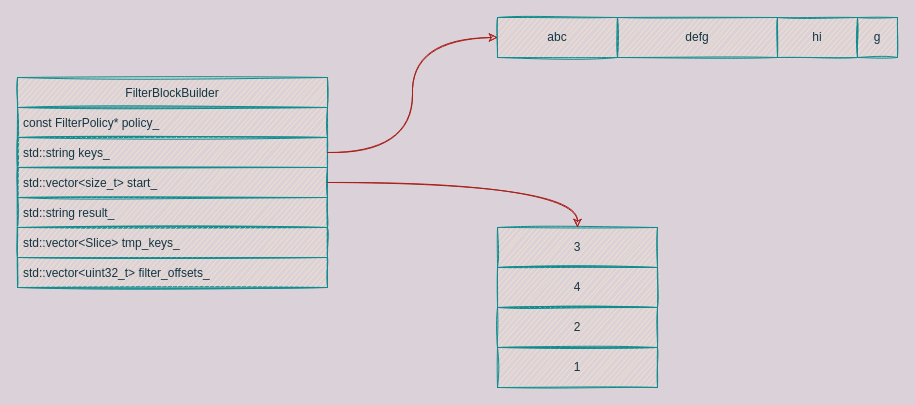
This is 20211102_1.drawio from RiverFerry/picBed, a draw.io file, before an edit. Source tidied: cells renumbered, new cells numbered last; positions are measured from the earlier drawing's top-left corner, leaving out a move shared by most shapes. Both pictures are drawn from the tidied source at 100%, with x=0, y=0 at pixel (17, 17).
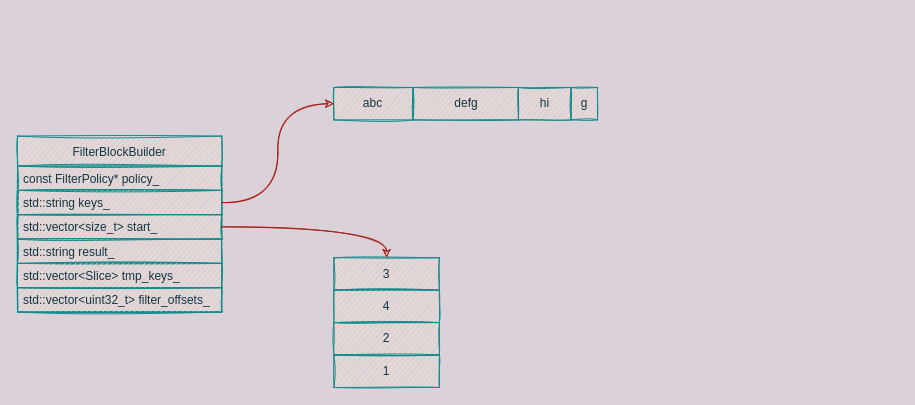
The same page after the edit.

The edit, as a diff of the source:
```diff
@@
 <mxGraphModel background="#DAD2D8">
   <root>
     <mxCell id="0" />
     <mxCell id="1" parent="0" />
+    <mxCell id="19" style="group;" parent="1" vertex="1">
+      <mxGeometry y="70" width="580" height="300" as="geometry" />
+    </mxCell>
-    <mxCell id="2" value="FilterBlockBuilder" style="swimlane;fontStyle=0;horizontal=1;startSize=30;sketch=1;fillColor=#FAE5C7;strokeColor=#0F8B8D;fontColor=#143642;" parent="1" vertex="1">
-      <mxGeometry y="60" width="310" height="210" as="geometry" />
+    <mxCell id="2" value="FilterBlockBuilder" style="swimlane;fontStyle=0;horizontal=1;startSize=30;sketch=1;fillColor=#FAE5C7;strokeColor=#0F8B8D;fontColor=#143642;" parent="19" vertex="1">
+      <mxGeometry y="48.6" width="204.3" height="175.9" as="geometry" />
     </mxCell>
     <mxCell id="3" value="const FilterPolicy* policy_" style="text;strokeColor=#0F8B8D;fillColor=#FAE5C7;align=left;verticalAlign=middle;spacingLeft=4;spacingRight=4;overflow=hidden;fontColor=#143642;sketch=1;" parent="2" vertex="1">
-      <mxGeometry y="30" width="310" height="30" as="geometry" />
+      <mxGeometry y="30" width="204.3" height="24.3" as="geometry" />
     </mxCell>
     <mxCell id="4" value="std::string keys_" style="text;strokeColor=#0F8B8D;fillColor=#FAE5C7;align=left;verticalAlign=middle;spacingLeft=4;spacingRight=4;overflow=hidden;points=[[0,0.5],[1,0.5]];portConstraint=eastwest;fontColor=#143642;sketch=1;" parent="2" vertex="1">
-      <mxGeometry y="60" width="310" height="30" as="geometry" />
+      <mxGeometry y="54.3" width="204.3" height="24.3" as="geometry" />
     </mxCell>
     <mxCell id="5" value="std::vector&lt;size_t&gt; start_" style="text;strokeColor=#0F8B8D;fillColor=#FAE5C7;align=left;verticalAlign=middle;spacingLeft=4;spacingRight=4;overflow=hidden;points=[[0,0.5],[1,0.5]];portConstraint=eastwest;sketch=1;fontColor=#143642;" parent="2" vertex="1">
-      <mxGeometry y="90" width="310" height="30" as="geometry" />
+      <mxGeometry y="78.6" width="204.3" height="24.3" as="geometry" />
     </mxCell>
     <mxCell id="6" value="std::string result_" style="text;strokeColor=#0F8B8D;fillColor=#FAE5C7;align=left;verticalAlign=middle;spacingLeft=4;spacingRight=4;overflow=hidden;sketch=1;fontColor=#143642;" parent="2" vertex="1">
-      <mxGeometry y="120" width="310" height="30" as="geometry" />
+      <mxGeometry y="103" width="204.3" height="24.3" as="geometry" />
     </mxCell>
     <mxCell id="7" value="std::vector&lt;Slice&gt; tmp_keys_" style="text;strokeColor=#0F8B8D;fillColor=#FAE5C7;align=left;verticalAlign=middle;spacingLeft=4;spacingRight=4;overflow=hidden;sketch=1;fontColor=#143642;" parent="2" vertex="1">
-      <mxGeometry y="150" width="310" height="30" as="geometry" />
+      <mxGeometry y="127.3" width="204.3" height="24.3" as="geometry" />
     </mxCell>
     <mxCell id="8" value="std::vector&lt;uint32_t&gt; filter_offsets_" style="text;strokeColor=#0F8B8D;fillColor=#FAE5C7;align=left;verticalAlign=middle;spacingLeft=4;spacingRight=4;overflow=hidden;sketch=1;fontColor=#143642;" parent="2" vertex="1">
-      <mxGeometry y="180" width="310" height="30" as="geometry" />
+      <mxGeometry y="151.6" width="204.3" height="24.3" as="geometry" />
     </mxCell>
-    <mxCell id="9" value="abc" style="rounded=0;whiteSpace=wrap;html=1;strokeColor=#0F8B8D;fillColor=#FAE5C7;fontColor=#143642;sketch=1;" parent="1" vertex="1">
-      <mxGeometry x="480" width="120" height="40" as="geometry" />
+    <mxCell id="9" value="abc" style="rounded=0;whiteSpace=wrap;html=1;strokeColor=#0F8B8D;fillColor=#FAE5C7;fontColor=#143642;sketch=1;" parent="19" vertex="1">
+      <mxGeometry x="316.4" width="79.1" height="32.4" as="geometry" />
     </mxCell>
-    <mxCell id="10" value="defg" style="rounded=0;whiteSpace=wrap;html=1;strokeColor=#0F8B8D;fillColor=#FAE5C7;fontColor=#143642;sketch=1;" parent="1" vertex="1">
-      <mxGeometry x="600" width="160" height="40" as="geometry" />
+    <mxCell id="10" value="defg" style="rounded=0;whiteSpace=wrap;html=1;strokeColor=#0F8B8D;fillColor=#FAE5C7;fontColor=#143642;sketch=1;" parent="19" vertex="1">
+      <mxGeometry x="395.5" width="105.5" height="32.4" as="geometry" />
     </mxCell>
-    <mxCell id="11" value="hi" style="rounded=0;whiteSpace=wrap;html=1;strokeColor=#0F8B8D;fillColor=#FAE5C7;fontColor=#143642;sketch=1;" parent="1" vertex="1">
-      <mxGeometry x="760" width="80" height="40" as="geometry" />
+    <mxCell id="11" value="hi" style="rounded=0;whiteSpace=wrap;html=1;strokeColor=#0F8B8D;fillColor=#FAE5C7;fontColor=#143642;sketch=1;" parent="19" vertex="1">
+      <mxGeometry x="500.9" width="52.7" height="32.4" as="geometry" />
     </mxCell>
-    <mxCell id="12" value="g" style="rounded=0;whiteSpace=wrap;html=1;strokeColor=#0F8B8D;fillColor=#FAE5C7;fontColor=#143642;sketch=1;" parent="1" vertex="1">
-      <mxGeometry x="840" width="40" height="40" as="geometry" />
+    <mxCell id="12" value="g" style="rounded=0;whiteSpace=wrap;html=1;strokeColor=#0F8B8D;fillColor=#FAE5C7;fontColor=#143642;sketch=1;" parent="19" vertex="1">
+      <mxGeometry x="553.6" width="26.4" height="32.4" as="geometry" />
     </mxCell>
-    <mxCell id="13" value="3" style="rounded=0;whiteSpace=wrap;html=1;strokeColor=#0F8B8D;fillColor=#FAE5C7;fontColor=#143642;sketch=1;" parent="1" vertex="1">
-      <mxGeometry x="480" y="210" width="160" height="40" as="geometry" />
+    <mxCell id="13" value="3" style="rounded=0;whiteSpace=wrap;html=1;strokeColor=#0F8B8D;fillColor=#FAE5C7;fontColor=#143642;sketch=1;" parent="19" vertex="1">
+      <mxGeometry x="316.4" y="170.3" width="105.5" height="32.4" as="geometry" />
     </mxCell>
-    <mxCell id="14" value="4" style="rounded=0;whiteSpace=wrap;html=1;strokeColor=#0F8B8D;fillColor=#FAE5C7;fontColor=#143642;sketch=1;" parent="1" vertex="1">
-      <mxGeometry x="480" y="250" width="160" height="40" as="geometry" />
+    <mxCell id="14" value="4" style="rounded=0;whiteSpace=wrap;html=1;strokeColor=#0F8B8D;fillColor=#FAE5C7;fontColor=#143642;sketch=1;" parent="19" vertex="1">
+      <mxGeometry x="316.4" y="202.7" width="105.5" height="32.4" as="geometry" />
     </mxCell>
-    <mxCell id="15" value="2" style="rounded=0;whiteSpace=wrap;html=1;strokeColor=#0F8B8D;fillColor=#FAE5C7;fontColor=#143642;sketch=1;" parent="1" vertex="1">
-      <mxGeometry x="480" y="290" width="160" height="40" as="geometry" />
+    <mxCell id="15" value="2" style="rounded=0;whiteSpace=wrap;html=1;strokeColor=#0F8B8D;fillColor=#FAE5C7;fontColor=#143642;sketch=1;" parent="19" vertex="1">
+      <mxGeometry x="316.4" y="235.1" width="105.5" height="32.4" as="geometry" />
     </mxCell>
-    <mxCell id="16" value="1" style="rounded=0;whiteSpace=wrap;html=1;strokeColor=#0F8B8D;fillColor=#FAE5C7;fontColor=#143642;sketch=1;" parent="1" vertex="1">
-      <mxGeometry x="480" y="330" width="160" height="40" as="geometry" />
+    <mxCell id="16" value="1" style="rounded=0;whiteSpace=wrap;html=1;strokeColor=#0F8B8D;fillColor=#FAE5C7;fontColor=#143642;sketch=1;" parent="19" vertex="1">
+      <mxGeometry x="316.4" y="267.6" width="105.5" height="32.4" as="geometry" />
     </mxCell>
-    <mxCell id="17" style="edgeStyle=orthogonalEdgeStyle;rounded=0;jettySize=auto;html=1;entryX=0;entryY=0.5;entryDx=0;entryDy=0;fontColor=#143642;curved=1;strokeColor=#A8201A;sketch=1;fillColor=#FAE5C7;labelBackgroundColor=#DAD2D8;" parent="1" edge="1" source="4" target="9">
+    <mxCell id="17" style="edgeStyle=orthogonalEdgeStyle;rounded=0;jettySize=auto;html=1;entryX=0;entryY=0.5;entryDx=0;entryDy=0;fontColor=#143642;curved=1;strokeColor=#A8201A;sketch=1;fillColor=#FAE5C7;labelBackgroundColor=#DAD2D8;" parent="19" edge="1" source="4" target="9">
       <mxGeometry relative="1" as="geometry" />
     </mxCell>
-    <mxCell id="18" style="edgeStyle=orthogonalEdgeStyle;curved=1;rounded=0;jettySize=auto;html=1;fontColor=#143642;strokeColor=#A8201A;entryX=0.5;entryY=0;entryDx=0;entryDy=0;sketch=1;fillColor=#FAE5C7;labelBackgroundColor=#DAD2D8;" parent="1" edge="1" source="5" target="13">
+    <mxCell id="18" style="edgeStyle=orthogonalEdgeStyle;curved=1;rounded=0;jettySize=auto;html=1;fontColor=#143642;strokeColor=#A8201A;entryX=0.5;entryY=0;entryDx=0;entryDy=0;sketch=1;fillColor=#FAE5C7;labelBackgroundColor=#DAD2D8;" parent="19" edge="1" source="5" target="13">
       <mxGeometry relative="1" as="geometry" />
     </mxCell>
   </root>
 </mxGraphModel>
```
